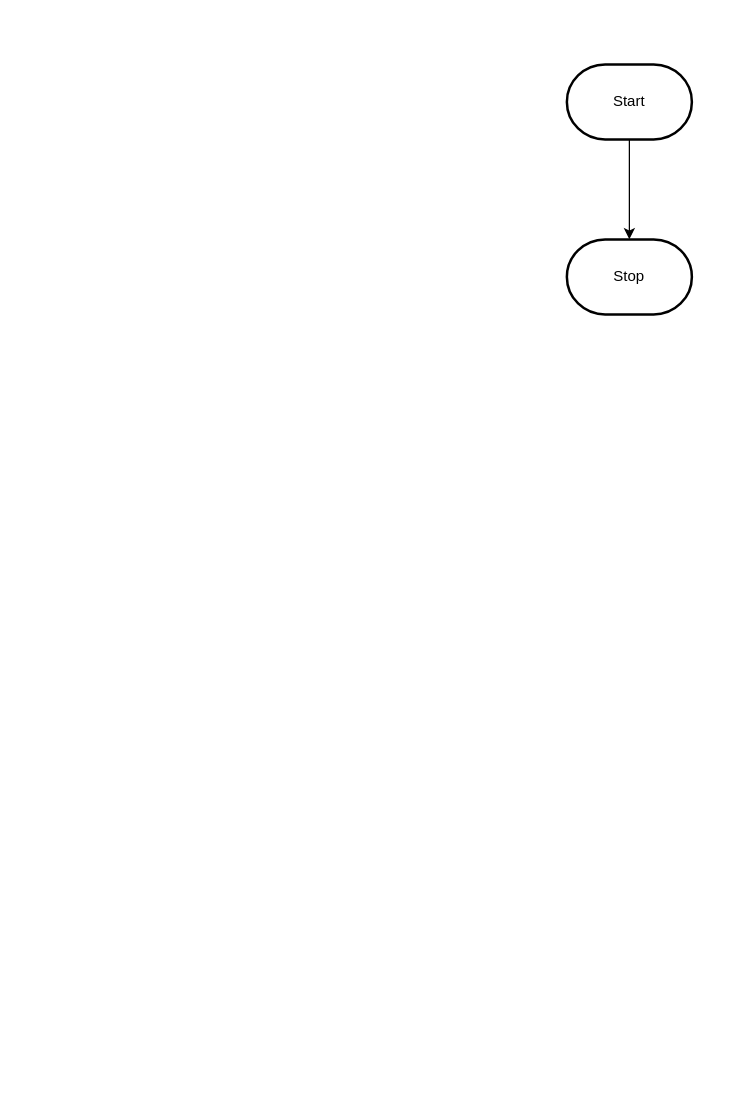
Above: design/flowchart.drawio in MTHS-TEJ2O-1-2023/TEJ2O-Unit-2-13-angelo-yalung (draw.io), before the change. Source tidied: cells renumbered, new cells numbered last; positions are measured from the earlier drawing's top-left corner, leaving out a move shared by most shapes. Both pictures are drawn from the tidied source at 125%, with x=0, y=0 at pixel (566, 64).
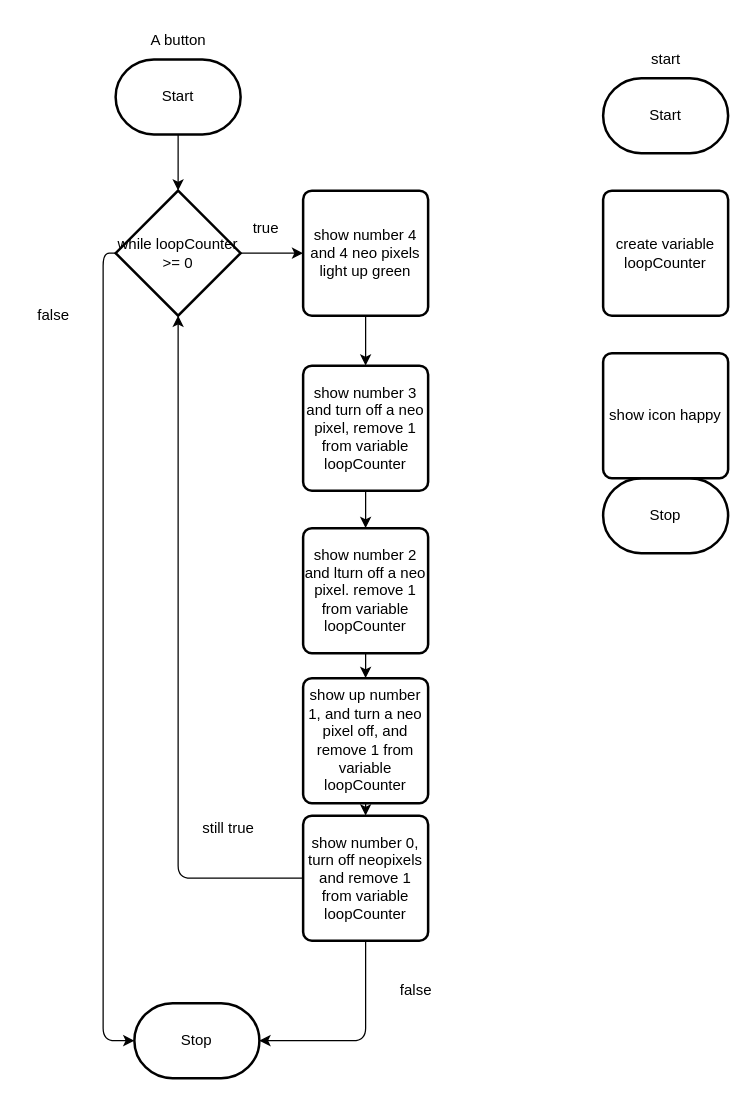
After the change.

The edit, as a diff of the source:
```diff
@@
-    <mxCell id="2" style="edgeStyle=orthogonalEdgeStyle;html=1;rounded=0;" parent="1" edge="1" source="3" target="4">
-      <mxGeometry relative="1" as="geometry" />
-    </mxCell>
+    <mxCell id="5" style="edgeStyle=none;html=1;exitX=0.5;exitY=1;exitDx=0;exitDy=0;exitPerimeter=0;entryX=0.5;entryY=0;entryDx=0;entryDy=0;entryPerimeter=0;" parent="1" edge="1" source="3" target="14">
+      <mxGeometry relative="1" as="geometry" />
+    </mxCell>
     <mxCell id="3" value="Start" style="strokeWidth=2;html=1;shape=mxgraph.flowchart.terminator;whiteSpace=wrap;" parent="1" vertex="1">
-      <mxGeometry width="100" height="60" as="geometry" />
+      <mxGeometry x="-361" y="-4" width="100" height="60" as="geometry" />
     </mxCell>
     <mxCell id="4" value="Stop" style="strokeWidth=2;html=1;shape=mxgraph.flowchart.terminator;whiteSpace=wrap;" parent="1" vertex="1">
-      <mxGeometry y="140" width="100" height="60" as="geometry" />
+      <mxGeometry x="-346" y="751" width="100" height="60" as="geometry" />
     </mxCell>
+    <mxCell id="2" value="A button" style="text;html=1;align=center;verticalAlign=middle;strokeColor=none;fillColor=none;" parent="1" vertex="1">
+      <mxGeometry x="-346" y="-34" width="70" height="30" as="geometry" />
+    </mxCell>
+    <mxCell id="6" value="Stop" style="strokeWidth=2;html=1;shape=mxgraph.flowchart.terminator;whiteSpace=wrap;" parent="1" vertex="1">
+      <mxGeometry x="29" y="331" width="100" height="60" as="geometry" />
+    </mxCell>
+    <mxCell id="7" value="Start" style="strokeWidth=2;html=1;shape=mxgraph.flowchart.terminator;whiteSpace=wrap;" parent="1" vertex="1">
+      <mxGeometry x="29" y="11" width="100" height="60" as="geometry" />
+    </mxCell>
+    <mxCell id="8" value="start" style="text;html=1;align=center;verticalAlign=middle;strokeColor=none;fillColor=none;" parent="1" vertex="1">
+      <mxGeometry x="54" y="-19" width="50" height="30" as="geometry" />
+    </mxCell>
+    <mxCell id="9" value="show icon happy" style="rounded=1;whiteSpace=wrap;html=1;absoluteArcSize=1;arcSize=14;strokeWidth=2;" parent="1" vertex="1">
+      <mxGeometry x="29" y="231" width="100" height="100" as="geometry" />
+    </mxCell>
+    <mxCell id="10" style="edgeStyle=none;html=1;exitX=0.5;exitY=1;exitDx=0;exitDy=0;entryX=0.5;entryY=0;entryDx=0;entryDy=0;" parent="1" edge="1" source="11" target="20">
+      <mxGeometry relative="1" as="geometry" />
+    </mxCell>
+    <mxCell id="11" value="show number 4 and 4 neo pixels light up green" style="rounded=1;whiteSpace=wrap;html=1;absoluteArcSize=1;arcSize=14;strokeWidth=2;" parent="1" vertex="1">
+      <mxGeometry x="-211" y="101" width="100" height="100" as="geometry" />
+    </mxCell>
+    <mxCell id="12" style="edgeStyle=none;html=1;exitX=1;exitY=0.5;exitDx=0;exitDy=0;exitPerimeter=0;entryX=0;entryY=0.5;entryDx=0;entryDy=0;" parent="1" edge="1" source="14" target="11">
+      <mxGeometry relative="1" as="geometry" />
+    </mxCell>
+    <mxCell id="13" style="edgeStyle=orthogonalEdgeStyle;html=1;exitX=0;exitY=0.5;exitDx=0;exitDy=0;exitPerimeter=0;entryX=0;entryY=0.5;entryDx=0;entryDy=0;entryPerimeter=0;endArrow=classic;endFill=1;" parent="1" edge="1" source="14" target="4">
+      <mxGeometry relative="1" as="geometry" />
+    </mxCell>
+    <mxCell id="14" value="while loopCounter &amp;gt;= 0" style="strokeWidth=2;html=1;shape=mxgraph.flowchart.decision;whiteSpace=wrap;" parent="1" vertex="1">
+      <mxGeometry x="-361" y="101" width="100" height="100" as="geometry" />
+    </mxCell>
+    <mxCell id="15" style="edgeStyle=none;html=1;exitX=0.5;exitY=1;exitDx=0;exitDy=0;entryX=0.5;entryY=0;entryDx=0;entryDy=0;" parent="1" edge="1" source="16" target="18">
+      <mxGeometry relative="1" as="geometry" />
+    </mxCell>
+    <mxCell id="16" value="show number 2 and lturn off a neo pixel. remove 1 from variable loopCounter" style="rounded=1;whiteSpace=wrap;html=1;absoluteArcSize=1;arcSize=14;strokeWidth=2;" parent="1" vertex="1">
+      <mxGeometry x="-211" y="371" width="100" height="100" as="geometry" />
+    </mxCell>
+    <mxCell id="17" style="edgeStyle=orthogonalEdgeStyle;html=1;exitX=0.5;exitY=1;exitDx=0;exitDy=0;endArrow=classic;endFill=1;" parent="1" edge="1" source="18" target="23">
+      <mxGeometry relative="1" as="geometry" />
+    </mxCell>
+    <mxCell id="18" value="show up number 1, and turn a neo pixel off, and remove 1 from variable loopCounter" style="rounded=1;whiteSpace=wrap;html=1;absoluteArcSize=1;arcSize=14;strokeWidth=2;" parent="1" vertex="1">
+      <mxGeometry x="-211" y="491" width="100" height="100" as="geometry" />
+    </mxCell>
+    <mxCell id="19" style="edgeStyle=none;html=1;exitX=0.5;exitY=1;exitDx=0;exitDy=0;entryX=0.5;entryY=0;entryDx=0;entryDy=0;" parent="1" edge="1" source="20" target="16">
+      <mxGeometry relative="1" as="geometry" />
+    </mxCell>
+    <mxCell id="20" value="show number 3 and turn off a neo pixel, remove 1 from variable loopCounter" style="rounded=1;whiteSpace=wrap;html=1;absoluteArcSize=1;arcSize=14;strokeWidth=2;" parent="1" vertex="1">
+      <mxGeometry x="-211" y="241" width="100" height="100" as="geometry" />
+    </mxCell>
+    <mxCell id="21" style="edgeStyle=orthogonalEdgeStyle;html=1;exitX=0.5;exitY=1;exitDx=0;exitDy=0;entryX=1;entryY=0.5;entryDx=0;entryDy=0;entryPerimeter=0;endArrow=classic;endFill=1;" parent="1" edge="1" source="23" target="4">
+      <mxGeometry relative="1" as="geometry" />
+    </mxCell>
+    <mxCell id="22" style="edgeStyle=orthogonalEdgeStyle;html=1;exitX=0;exitY=0.5;exitDx=0;exitDy=0;entryX=0.5;entryY=1;entryDx=0;entryDy=0;entryPerimeter=0;endArrow=classic;endFill=1;" parent="1" edge="1" source="23" target="14">
+      <mxGeometry relative="1" as="geometry" />
+    </mxCell>
+    <mxCell id="23" value="show number 0, turn off neopixels and remove 1 from variable loopCounter" style="rounded=1;whiteSpace=wrap;html=1;absoluteArcSize=1;arcSize=14;strokeWidth=2;" parent="1" vertex="1">
+      <mxGeometry x="-211" y="601" width="100" height="100" as="geometry" />
+    </mxCell>
+    <mxCell id="24" value="false" style="text;html=1;align=center;verticalAlign=middle;strokeColor=none;fillColor=none;" parent="1" vertex="1">
+      <mxGeometry x="-436" y="186" width="50" height="30" as="geometry" />
+    </mxCell>
+    <mxCell id="25" value="true" style="text;html=1;align=center;verticalAlign=middle;strokeColor=none;fillColor=none;" parent="1" vertex="1">
+      <mxGeometry x="-261" y="116" width="40" height="30" as="geometry" />
+    </mxCell>
+    <mxCell id="26" value="create variable loopCounter" style="rounded=1;whiteSpace=wrap;html=1;absoluteArcSize=1;arcSize=14;strokeWidth=2;" parent="1" vertex="1">
+      <mxGeometry x="29" y="101" width="100" height="100" as="geometry" />
+    </mxCell>
+    <mxCell id="27" value="still true" style="text;html=1;align=center;verticalAlign=middle;strokeColor=none;fillColor=none;" parent="1" vertex="1">
+      <mxGeometry x="-301" y="596" width="60" height="30" as="geometry" />
+    </mxCell>
+    <mxCell id="28" value="false" style="text;html=1;align=center;verticalAlign=middle;strokeColor=none;fillColor=none;" parent="1" vertex="1">
+      <mxGeometry x="-146" y="726" width="50" height="30" as="geometry" />
+    </mxCell>
```
